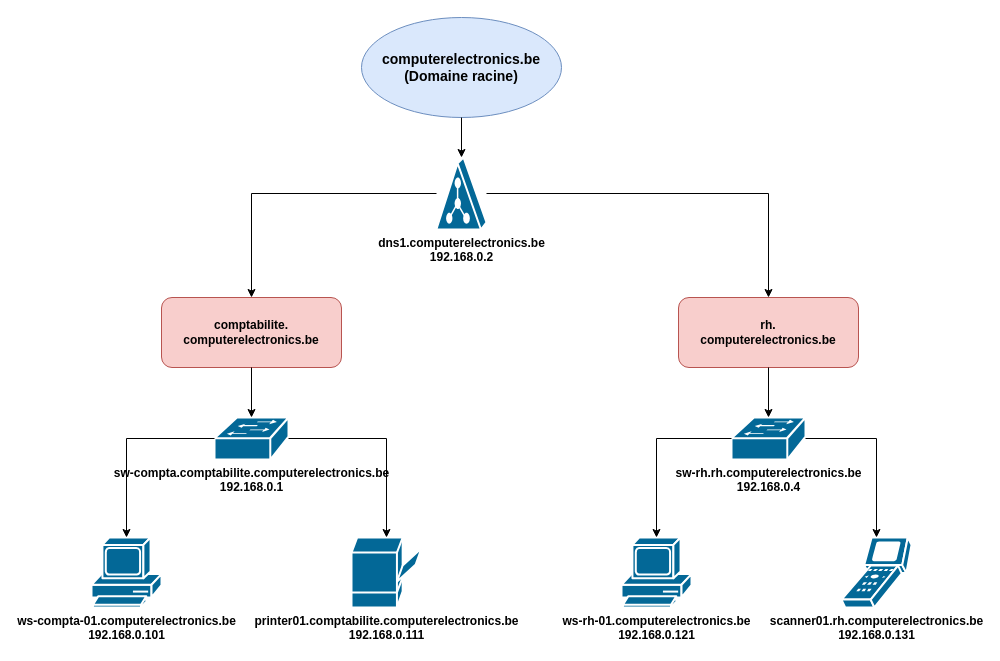
Above: diagrams/structure_dns1.drawio in choquitofrito/ActiveDirectory (draw.io), before the change. Source tidied: cells renumbered, new cells numbered last; positions are measured from the earlier drawing's top-left corner, leaving out a move shared by most shapes. Both pictures are drawn from the tidied source at 100%, with x=0, y=0 at pixel (91, 17).
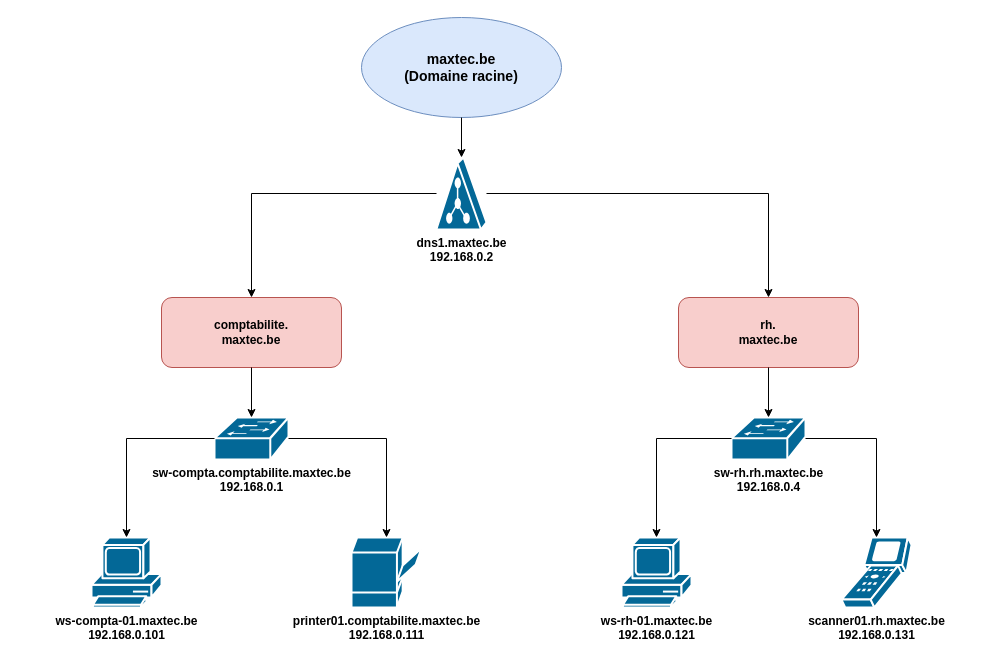
Above is the later version.

The edit, as a diff of the source:
```diff
@@
-    <mxCell id="2" value="computerelectronics.be&#10;(Domaine racine)" style="ellipse;whiteSpace=wrap;html=1;fillColor=#dae8fc;strokeColor=#6c8ebf;fontSize=14;fontStyle=1;" parent="1" vertex="1">
+    <mxCell id="2" value="maxtec.be&#10;(Domaine racine)" style="ellipse;whiteSpace=wrap;html=1;fillColor=#dae8fc;strokeColor=#6c8ebf;fontSize=14;fontStyle=1;" parent="1" vertex="1">
       <mxGeometry x="270" width="200" height="100" as="geometry" />
     </mxCell>
-    <mxCell id="3" value="dns1.computerelectronics.be&#10;192.168.0.2" style="shape=mxgraph.cisco.servers.directory_server;html=1;dashed=0;fillColor=#036897;strokeColor=#ffffff;strokeWidth=2;verticalLabelPosition=bottom;verticalAlign=top;align=center;outlineConnect=0;fontSize=12;fontStyle=1;" parent="1" vertex="1">
+    <mxCell id="3" value="dns1.maxtec.be&#10;192.168.0.2" style="shape=mxgraph.cisco.servers.directory_server;html=1;dashed=0;fillColor=#036897;strokeColor=#ffffff;strokeWidth=2;verticalLabelPosition=bottom;verticalAlign=top;align=center;outlineConnect=0;fontSize=12;fontStyle=1;" parent="1" vertex="1">
       <mxGeometry x="345" y="140" width="50" height="72" as="geometry" />
     </mxCell>
@@
-    <mxCell id="5" value="comptabilite.&#10;computerelectronics.be" style="rounded=1;whiteSpace=wrap;html=1;fillColor=#f8cecc;strokeColor=#b85450;fontSize=12;fontStyle=1;" parent="1" vertex="1">
+    <mxCell id="5" value="comptabilite.&#10;maxtec.be" style="rounded=1;whiteSpace=wrap;html=1;fillColor=#f8cecc;strokeColor=#b85450;fontSize=12;fontStyle=1;" parent="1" vertex="1">
       <mxGeometry x="70" y="280" width="180" height="70" as="geometry" />
     </mxCell>
@@
-    <mxCell id="7" value="sw-compta.comptabilite.computerelectronics.be&#10;192.168.0.1" style="shape=mxgraph.cisco.switches.workgroup_switch;html=1;dashed=0;fillColor=#036897;strokeColor=#ffffff;strokeWidth=2;verticalLabelPosition=bottom;verticalAlign=top;align=center;outlineConnect=0;fontSize=12;fontStyle=1;" parent="1" vertex="1">
+    <mxCell id="7" value="sw-compta.comptabilite.maxtec.be&#10;192.168.0.1" style="shape=mxgraph.cisco.switches.workgroup_switch;html=1;dashed=0;fillColor=#036897;strokeColor=#ffffff;strokeWidth=2;verticalLabelPosition=bottom;verticalAlign=top;align=center;outlineConnect=0;fontSize=12;fontStyle=1;" parent="1" vertex="1">
       <mxGeometry x="123" y="400" width="74" height="42" as="geometry" />
     </mxCell>
@@
-    <mxCell id="9" value="ws-compta-01.computerelectronics.be&#10;192.168.0.101" style="shape=mxgraph.cisco.computers_and_peripherals.pc;html=1;dashed=0;fillColor=#036897;strokeColor=#ffffff;strokeWidth=2;verticalLabelPosition=bottom;verticalAlign=top;align=center;outlineConnect=0;fontSize=12;fontStyle=1;" parent="1" vertex="1">
+    <mxCell id="9" value="ws-compta-01.maxtec.be&#10;192.168.0.101" style="shape=mxgraph.cisco.computers_and_peripherals.pc;html=1;dashed=0;fillColor=#036897;strokeColor=#ffffff;strokeWidth=2;verticalLabelPosition=bottom;verticalAlign=top;align=center;outlineConnect=0;fontSize=12;fontStyle=1;" parent="1" vertex="1">
       <mxGeometry y="520" width="70" height="70" as="geometry" />
     </mxCell>
-    <mxCell id="10" value="printer01.comptabilite.computerelectronics.be&#10;192.168.0.111" style="shape=mxgraph.cisco.computers_and_peripherals.printer;html=1;dashed=0;fillColor=#036897;strokeColor=#ffffff;strokeWidth=2;verticalLabelPosition=bottom;verticalAlign=top;align=center;outlineConnect=0;fontSize=12;fontStyle=1;" parent="1" vertex="1">
+    <mxCell id="10" value="printer01.comptabilite.maxtec.be&#10;192.168.0.111" style="shape=mxgraph.cisco.computers_and_peripherals.printer;html=1;dashed=0;fillColor=#036897;strokeColor=#ffffff;strokeWidth=2;verticalLabelPosition=bottom;verticalAlign=top;align=center;outlineConnect=0;fontSize=12;fontStyle=1;" parent="1" vertex="1">
       <mxGeometry x="260" y="520" width="70" height="70" as="geometry" />
     </mxCell>
@@
-    <mxCell id="13" value="rh.&#10;computerelectronics.be" style="rounded=1;whiteSpace=wrap;html=1;fillColor=#f8cecc;strokeColor=#b85450;fontSize=12;fontStyle=1;" parent="1" vertex="1">
+    <mxCell id="13" value="rh.&#10;maxtec.be" style="rounded=1;whiteSpace=wrap;html=1;fillColor=#f8cecc;strokeColor=#b85450;fontSize=12;fontStyle=1;" parent="1" vertex="1">
       <mxGeometry x="587" y="280" width="180" height="70" as="geometry" />
     </mxCell>
@@
-    <mxCell id="15" value="sw-rh.rh.computerelectronics.be&#10;192.168.0.4" style="shape=mxgraph.cisco.switches.workgroup_switch;html=1;dashed=0;fillColor=#036897;strokeColor=#ffffff;strokeWidth=2;verticalLabelPosition=bottom;verticalAlign=top;align=center;outlineConnect=0;fontSize=12;fontStyle=1;" parent="1" vertex="1">
+    <mxCell id="15" value="sw-rh.rh.maxtec.be&#10;192.168.0.4" style="shape=mxgraph.cisco.switches.workgroup_switch;html=1;dashed=0;fillColor=#036897;strokeColor=#ffffff;strokeWidth=2;verticalLabelPosition=bottom;verticalAlign=top;align=center;outlineConnect=0;fontSize=12;fontStyle=1;" parent="1" vertex="1">
       <mxGeometry x="640" y="400" width="74" height="42" as="geometry" />
     </mxCell>
@@
-    <mxCell id="17" value="ws-rh-01.computerelectronics.be&#10;192.168.0.121" style="shape=mxgraph.cisco.computers_and_peripherals.pc;html=1;dashed=0;fillColor=#036897;strokeColor=#ffffff;strokeWidth=2;verticalLabelPosition=bottom;verticalAlign=top;align=center;outlineConnect=0;fontSize=12;fontStyle=1;" parent="1" vertex="1">
+    <mxCell id="17" value="ws-rh-01.maxtec.be&#10;192.168.0.121" style="shape=mxgraph.cisco.computers_and_peripherals.pc;html=1;dashed=0;fillColor=#036897;strokeColor=#ffffff;strokeWidth=2;verticalLabelPosition=bottom;verticalAlign=top;align=center;outlineConnect=0;fontSize=12;fontStyle=1;" parent="1" vertex="1">
       <mxGeometry x="530" y="520" width="70" height="70" as="geometry" />
     </mxCell>
-    <mxCell id="18" value="scanner01.rh.computerelectronics.be&#10;192.168.0.131" style="shape=mxgraph.cisco.computers_and_peripherals.scanner;html=1;dashed=0;fillColor=#036897;strokeColor=#ffffff;strokeWidth=2;verticalLabelPosition=bottom;verticalAlign=top;align=center;outlineConnect=0;fontSize=12;fontStyle=1;" parent="1" vertex="1">
+    <mxCell id="18" value="scanner01.rh.maxtec.be&#10;192.168.0.131" style="shape=mxgraph.cisco.computers_and_peripherals.scanner;html=1;dashed=0;fillColor=#036897;strokeColor=#ffffff;strokeWidth=2;verticalLabelPosition=bottom;verticalAlign=top;align=center;outlineConnect=0;fontSize=12;fontStyle=1;" parent="1" vertex="1">
       <mxGeometry x="750" y="520" width="70" height="70" as="geometry" />
     </mxCell>
```
